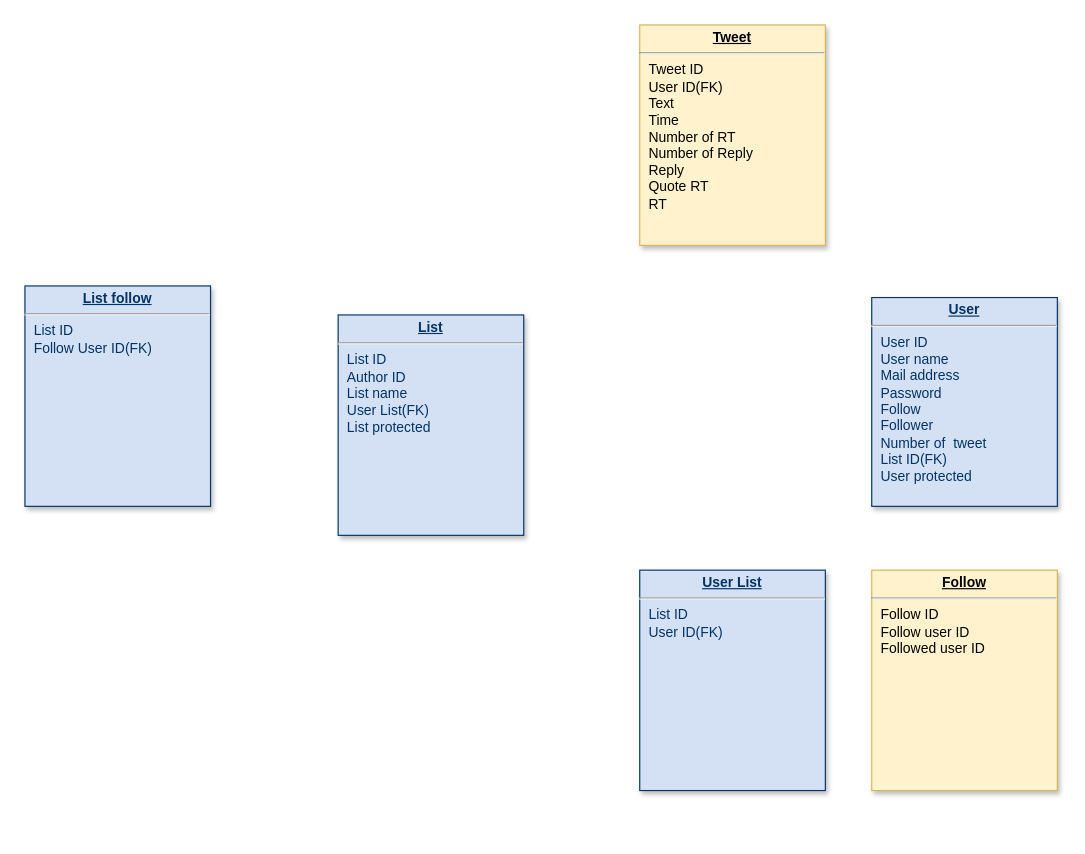
Above: Untitled Diagram.drawio in fuwa-syugyo/hello-world (draw.io), before the change. Source tidied: cells renumbered, new cells numbered last; positions are measured from the earlier drawing's top-left corner, leaving out a move shared by most shapes. Both pictures are drawn from the tidied source at 116%, with x=0, y=0 at pixel (24, 24).
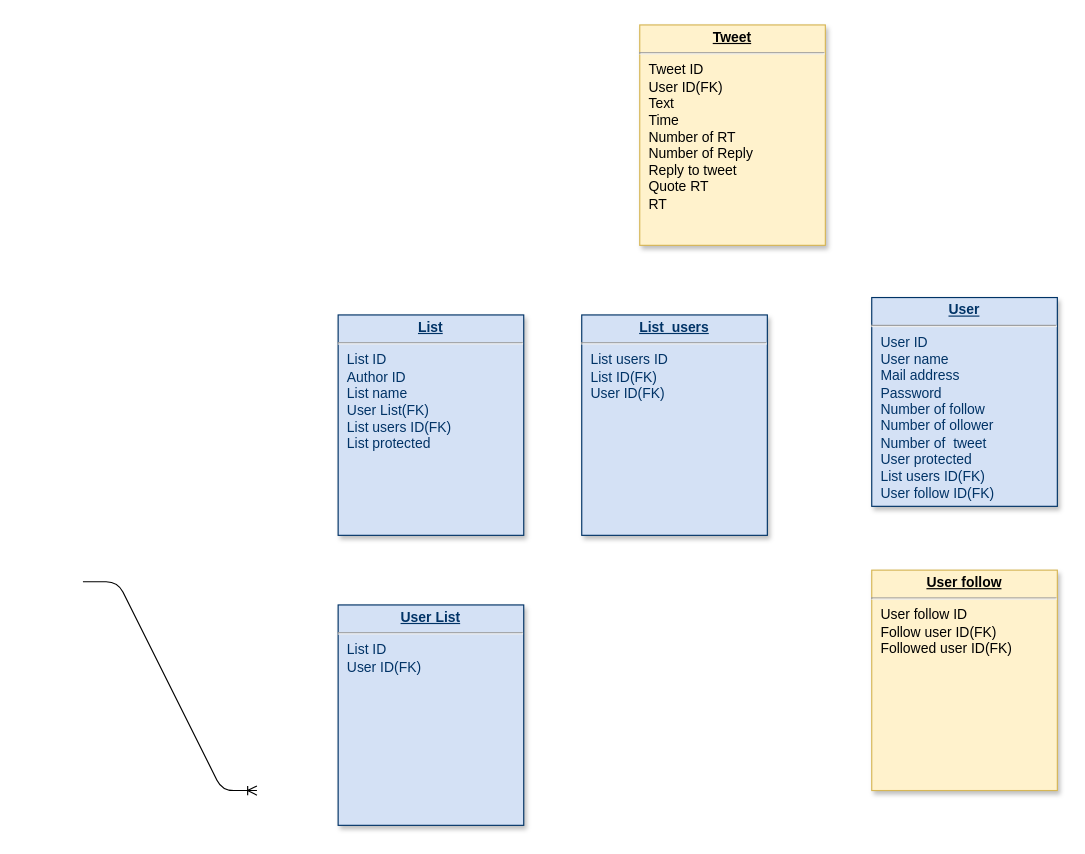
The same page after the edit.

Diff of the diagram source:
```diff
@@
 <mxGraphModel>
   <root>
     <mxCell id="0" />
     <mxCell id="1" parent="0" />
-    <mxCell id="2" value="&lt;p style=&quot;margin: 0px ; margin-top: 4px ; text-align: center ; text-decoration: underline&quot;&gt;&lt;strong&gt;User&lt;/strong&gt;&lt;/p&gt;&lt;hr&gt;&lt;p style=&quot;margin: 0px ; margin-left: 8px&quot;&gt;User ID&lt;/p&gt;&lt;p style=&quot;margin: 0px ; margin-left: 8px&quot;&gt;User name&lt;/p&gt;&lt;p style=&quot;margin: 0px ; margin-left: 8px&quot;&gt;Mail address&lt;/p&gt;&lt;p style=&quot;margin: 0px ; margin-left: 8px&quot;&gt;Password&lt;/p&gt;&lt;p style=&quot;margin: 0px ; margin-left: 8px&quot;&gt;Follow&lt;/p&gt;&lt;p style=&quot;margin: 0px ; margin-left: 8px&quot;&gt;Follower&lt;/p&gt;&lt;p style=&quot;margin: 0px ; margin-left: 8px&quot;&gt;Number of&amp;nbsp; tweet&lt;/p&gt;&lt;p style=&quot;margin: 0px ; margin-left: 8px&quot;&gt;List ID(FK)&lt;/p&gt;&lt;p style=&quot;margin: 0px ; margin-left: 8px&quot;&gt;User protected&lt;/p&gt;&lt;p style=&quot;margin: 0px ; margin-left: 8px&quot;&gt;&lt;br&gt;&lt;/p&gt;" style="verticalAlign=top;align=left;overflow=fill;fontSize=12;fontFamily=Helvetica;html=1;strokeColor=#003366;shadow=1;fillColor=#D4E1F5;fontColor=#003366;" parent="1" vertex="1">
+    <mxCell id="2" value="&lt;p style=&quot;margin: 0px ; margin-top: 4px ; text-align: center ; text-decoration: underline&quot;&gt;&lt;strong&gt;User&lt;/strong&gt;&lt;/p&gt;&lt;hr&gt;&lt;p style=&quot;margin: 0px ; margin-left: 8px&quot;&gt;User ID&lt;/p&gt;&lt;p style=&quot;margin: 0px ; margin-left: 8px&quot;&gt;User name&lt;/p&gt;&lt;p style=&quot;margin: 0px ; margin-left: 8px&quot;&gt;Mail address&lt;/p&gt;&lt;p style=&quot;margin: 0px ; margin-left: 8px&quot;&gt;Password&lt;/p&gt;&lt;p style=&quot;margin: 0px ; margin-left: 8px&quot;&gt;Number of follow&lt;/p&gt;&lt;p style=&quot;margin: 0px ; margin-left: 8px&quot;&gt;Number of ollower&lt;/p&gt;&lt;p style=&quot;margin: 0px ; margin-left: 8px&quot;&gt;Number of&amp;nbsp; tweet&lt;/p&gt;&lt;p style=&quot;margin: 0px ; margin-left: 8px&quot;&gt;User protected&lt;/p&gt;&lt;p style=&quot;margin: 0px ; margin-left: 8px&quot;&gt;List users ID(FK)&lt;br&gt;&lt;/p&gt;&lt;p style=&quot;margin: 0px ; margin-left: 8px&quot;&gt;User follow ID(FK)&lt;/p&gt;&lt;p style=&quot;margin: 0px ; margin-left: 8px&quot;&gt;&lt;br&gt;&lt;/p&gt;" style="verticalAlign=top;align=left;overflow=fill;fontSize=12;fontFamily=Helvetica;html=1;strokeColor=#003366;shadow=1;fillColor=#D4E1F5;fontColor=#003366;" parent="1" vertex="1">
       <mxGeometry x="730" y="235" width="160" height="180" as="geometry" />
     </mxCell>
-    <mxCell id="3" value="&lt;p style=&quot;margin: 0px ; margin-top: 4px ; text-align: center ; text-decoration: underline&quot;&gt;&lt;strong&gt;Tweet&lt;/strong&gt;&lt;/p&gt;&lt;hr&gt;&lt;p style=&quot;margin: 0px ; margin-left: 8px&quot;&gt;Tweet ID&lt;/p&gt;&lt;p style=&quot;margin: 0px ; margin-left: 8px&quot;&gt;User ID(FK)&lt;/p&gt;&lt;p style=&quot;margin: 0px ; margin-left: 8px&quot;&gt;Text&lt;/p&gt;&lt;p style=&quot;margin: 0px ; margin-left: 8px&quot;&gt;Time&lt;/p&gt;&lt;p style=&quot;margin: 0px ; margin-left: 8px&quot;&gt;Number of RT&lt;/p&gt;&lt;p style=&quot;margin: 0px ; margin-left: 8px&quot;&gt;Number of Reply&lt;/p&gt;&lt;p style=&quot;margin: 0px ; margin-left: 8px&quot;&gt;Reply&lt;/p&gt;&lt;p style=&quot;margin: 0px ; margin-left: 8px&quot;&gt;Quote RT&lt;/p&gt;&lt;p style=&quot;margin: 0px ; margin-left: 8px&quot;&gt;RT&lt;/p&gt;" style="verticalAlign=top;align=left;overflow=fill;fontSize=12;fontFamily=Helvetica;html=1;strokeColor=#d6b656;shadow=1;fillColor=#fff2cc;" parent="1" vertex="1">
+    <mxCell id="3" value="&lt;p style=&quot;margin: 0px ; margin-top: 4px ; text-align: center ; text-decoration: underline&quot;&gt;&lt;strong&gt;Tweet&lt;/strong&gt;&lt;/p&gt;&lt;hr&gt;&lt;p style=&quot;margin: 0px ; margin-left: 8px&quot;&gt;Tweet ID&lt;/p&gt;&lt;p style=&quot;margin: 0px ; margin-left: 8px&quot;&gt;User ID(FK)&lt;/p&gt;&lt;p style=&quot;margin: 0px ; margin-left: 8px&quot;&gt;Text&lt;/p&gt;&lt;p style=&quot;margin: 0px ; margin-left: 8px&quot;&gt;Time&lt;/p&gt;&lt;p style=&quot;margin: 0px ; margin-left: 8px&quot;&gt;Number of RT&lt;/p&gt;&lt;p style=&quot;margin: 0px ; margin-left: 8px&quot;&gt;Number of Reply&lt;/p&gt;&lt;p style=&quot;margin: 0px ; margin-left: 8px&quot;&gt;Reply to tweet&lt;/p&gt;&lt;p style=&quot;margin: 0px ; margin-left: 8px&quot;&gt;Quote RT&lt;/p&gt;&lt;p style=&quot;margin: 0px ; margin-left: 8px&quot;&gt;RT&lt;/p&gt;" style="verticalAlign=top;align=left;overflow=fill;fontSize=12;fontFamily=Helvetica;html=1;strokeColor=#d6b656;shadow=1;fillColor=#fff2cc;" parent="1" vertex="1">
       <mxGeometry x="530" width="160" height="190" as="geometry" />
     </mxCell>
-    <mxCell id="4" value="&lt;p style=&quot;margin: 0px ; margin-top: 4px ; text-align: center ; text-decoration: underline&quot;&gt;&lt;b&gt;List follow&lt;/b&gt;&lt;/p&gt;&lt;hr&gt;&lt;p style=&quot;margin: 0px ; margin-left: 8px&quot;&gt;List ID&lt;/p&gt;&lt;p style=&quot;margin: 0px ; margin-left: 8px&quot;&gt;Follow User ID(FK)&lt;/p&gt;" style="verticalAlign=top;align=left;overflow=fill;fontSize=12;fontFamily=Helvetica;html=1;strokeColor=#003366;shadow=1;fillColor=#D4E1F5;fontColor=#003366;" parent="1" vertex="1">
-      <mxGeometry y="225" width="160" height="190" as="geometry" />
+    <mxCell id="4" value="&lt;p style=&quot;margin: 0px ; margin-top: 4px ; text-align: center ; text-decoration: underline&quot;&gt;&lt;b&gt;List_users&lt;/b&gt;&lt;/p&gt;&lt;hr&gt;&lt;p style=&quot;margin: 0px ; margin-left: 8px&quot;&gt;List users ID&lt;/p&gt;&lt;p style=&quot;margin: 0px ; margin-left: 8px&quot;&gt;List ID(FK)&lt;/p&gt;&lt;p style=&quot;margin: 0px ; margin-left: 8px&quot;&gt;User ID(FK)&lt;/p&gt;" style="verticalAlign=top;align=left;overflow=fill;fontSize=12;fontFamily=Helvetica;html=1;strokeColor=#003366;shadow=1;fillColor=#D4E1F5;fontColor=#003366;" parent="1" vertex="1">
+      <mxGeometry x="480" y="250" width="160" height="190" as="geometry" />
     </mxCell>
-    <mxCell id="5" value="&lt;p style=&quot;margin: 0px ; margin-top: 4px ; text-align: center ; text-decoration: underline&quot;&gt;&lt;b&gt;Follow&lt;/b&gt;&lt;/p&gt;&lt;hr&gt;&lt;p style=&quot;margin: 0px ; margin-left: 8px&quot;&gt;Follow ID&lt;/p&gt;&lt;p style=&quot;margin: 0px ; margin-left: 8px&quot;&gt;Follow user ID&lt;/p&gt;&lt;p style=&quot;margin: 0px ; margin-left: 8px&quot;&gt;Followed user ID&lt;/p&gt;" style="verticalAlign=top;align=left;overflow=fill;fontSize=12;fontFamily=Helvetica;html=1;strokeColor=#d6b656;shadow=1;fillColor=#fff2cc;" parent="1" vertex="1">
+    <mxCell id="5" value="&lt;p style=&quot;margin: 0px ; margin-top: 4px ; text-align: center ; text-decoration: underline&quot;&gt;&lt;b&gt;User follow&lt;/b&gt;&lt;/p&gt;&lt;hr&gt;&lt;p style=&quot;margin: 0px ; margin-left: 8px&quot;&gt;User follow ID&lt;/p&gt;&lt;p style=&quot;margin: 0px ; margin-left: 8px&quot;&gt;Follow user ID(FK)&lt;/p&gt;&lt;p style=&quot;margin: 0px ; margin-left: 8px&quot;&gt;Followed user ID(FK)&lt;/p&gt;" style="verticalAlign=top;align=left;overflow=fill;fontSize=12;fontFamily=Helvetica;html=1;strokeColor=#d6b656;shadow=1;fillColor=#fff2cc;" parent="1" vertex="1">
       <mxGeometry x="730" y="470" width="160" height="190" as="geometry" />
     </mxCell>
     <mxCell id="6" value="&lt;p style=&quot;margin: 0px ; margin-top: 4px ; text-align: center ; text-decoration: underline&quot;&gt;&lt;b&gt;User List&lt;/b&gt;&lt;/p&gt;&lt;hr&gt;&lt;p style=&quot;margin: 0px ; margin-left: 8px&quot;&gt;List ID&lt;/p&gt;&lt;p style=&quot;margin: 0px ; margin-left: 8px&quot;&gt;User ID(FK)&lt;/p&gt;" style="verticalAlign=top;align=left;overflow=fill;fontSize=12;fontFamily=Helvetica;html=1;strokeColor=#003366;shadow=1;fillColor=#D4E1F5;fontColor=#003366;" parent="1" vertex="1">
-      <mxGeometry x="530" y="470" width="160" height="190" as="geometry" />
+      <mxGeometry x="270" y="500" width="160" height="190" as="geometry" />
     </mxCell>
-    <mxCell id="7" value="&lt;p style=&quot;margin: 0px ; margin-top: 4px ; text-align: center ; text-decoration: underline&quot;&gt;&lt;b&gt;List&lt;/b&gt;&lt;/p&gt;&lt;hr&gt;&lt;p style=&quot;margin: 0px ; margin-left: 8px&quot;&gt;List ID&lt;/p&gt;&lt;p style=&quot;margin: 0px ; margin-left: 8px&quot;&gt;Author ID&lt;/p&gt;&lt;p style=&quot;margin: 0px ; margin-left: 8px&quot;&gt;List name&lt;/p&gt;&lt;p style=&quot;margin: 0px ; margin-left: 8px&quot;&gt;User List(FK)&lt;/p&gt;&lt;p style=&quot;margin: 0px ; margin-left: 8px&quot;&gt;List protected&lt;/p&gt;" style="verticalAlign=top;align=left;overflow=fill;fontSize=12;fontFamily=Helvetica;html=1;strokeColor=#003366;shadow=1;fillColor=#D4E1F5;fontColor=#003366;" parent="1" vertex="1">
+    <mxCell id="7" value="&lt;p style=&quot;margin: 0px ; margin-top: 4px ; text-align: center ; text-decoration: underline&quot;&gt;&lt;b&gt;List&lt;/b&gt;&lt;/p&gt;&lt;hr&gt;&lt;p style=&quot;margin: 0px ; margin-left: 8px&quot;&gt;List ID&lt;/p&gt;&lt;p style=&quot;margin: 0px ; margin-left: 8px&quot;&gt;Author ID&lt;/p&gt;&lt;p style=&quot;margin: 0px ; margin-left: 8px&quot;&gt;List name&lt;/p&gt;&lt;p style=&quot;margin: 0px ; margin-left: 8px&quot;&gt;User List(FK)&lt;/p&gt;&lt;p style=&quot;margin: 0px ; margin-left: 8px&quot;&gt;List users ID(FK)&lt;/p&gt;&lt;p style=&quot;margin: 0px ; margin-left: 8px&quot;&gt;List protected&lt;/p&gt;" style="verticalAlign=top;align=left;overflow=fill;fontSize=12;fontFamily=Helvetica;html=1;strokeColor=#003366;shadow=1;fillColor=#D4E1F5;fontColor=#003366;" parent="1" vertex="1">
       <mxGeometry x="270" y="250" width="160" height="190" as="geometry" />
     </mxCell>
+    <mxCell id="8" style="edgeStyle=entityRelationEdgeStyle;fontSize=12;html=1;endArrow=ERoneToMany;" parent="1" edge="1">
+      <mxGeometry relative="1" as="geometry">
+        <mxPoint x="50" y="480" as="sourcePoint" />
+        <mxPoint x="200" y="660" as="targetPoint" />
+      </mxGeometry>
+    </mxCell>
   </root>
 </mxGraphModel>
```
